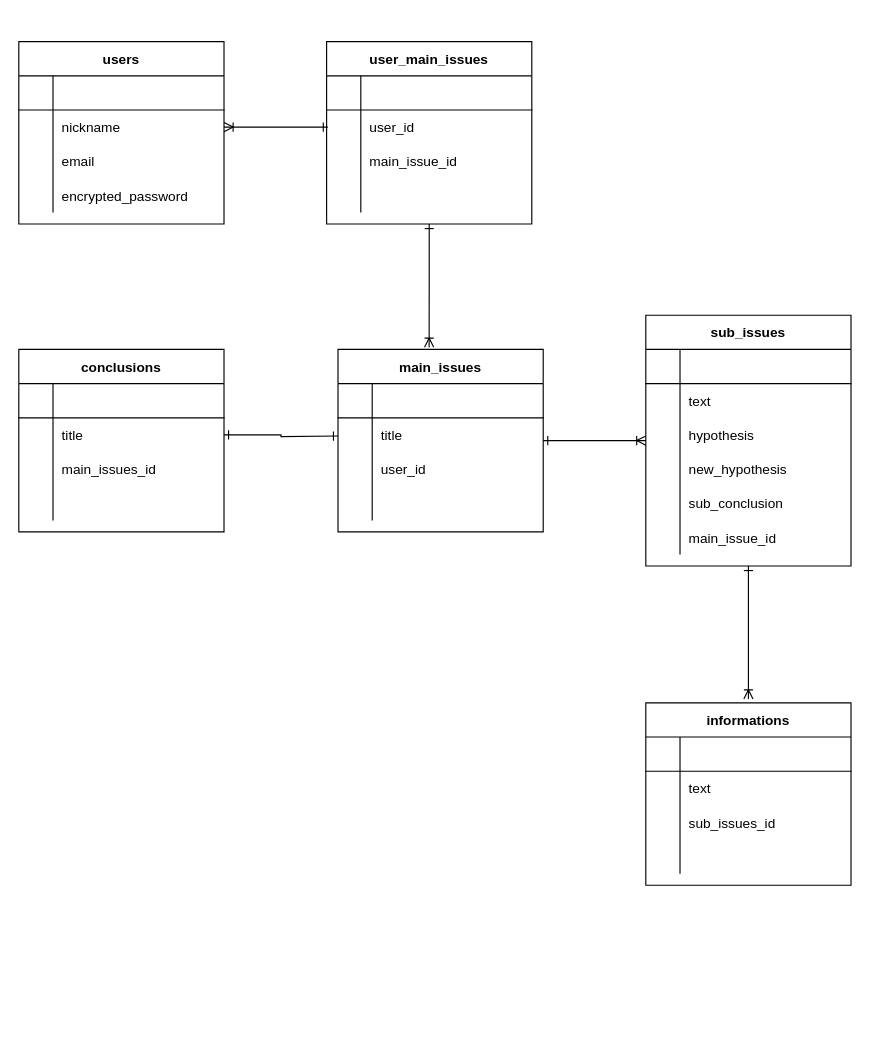
This is ER.dio from omokun/problem_solving_app, a draw.io file, before an edit. Source tidied: cells renumbered, new cells numbered last; positions are measured from the earlier drawing's top-left corner, leaving out a move shared by most shapes. Both pictures are drawn from the tidied source at 114%, with x=0, y=0 at pixel (18, 41).
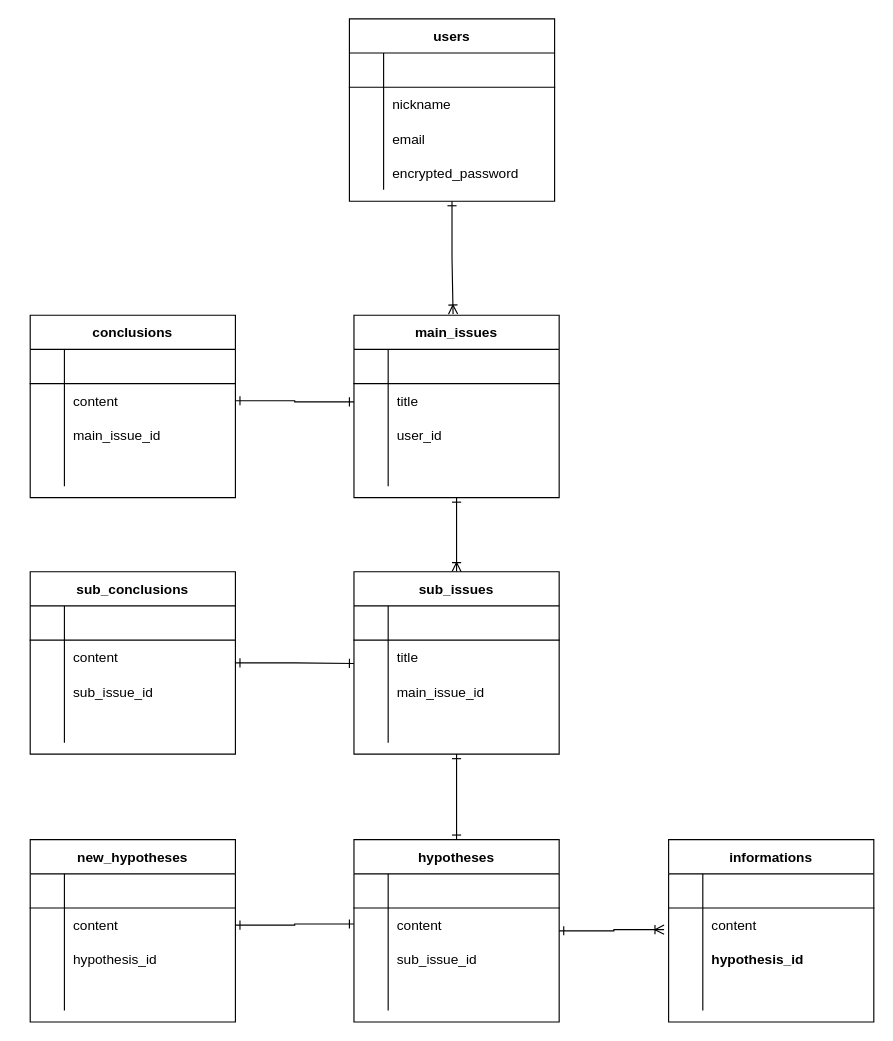
Above is the later version.

The change refers to these unchanged cells:
```xml
<mxCell id="6" style="shape=partialRectangle;fillColor=none;top=0;left=0;bottom=0;right=0;points=[[0,0.5],[1,0.5]];portConstraint=eastwest;" parent="2" vertex="1">
  <mxGeometry y="60" width="180" height="30" as="geometry" />
</mxCell>
<mxCell id="20" style="shape=partialRectangle;fillColor=none;top=0;left=0;bottom=0;right=0;points=[[0,0.5],[1,0.5]];portConstraint=eastwest;" parent="16" vertex="1">
  <mxGeometry y="60" width="180" height="30" as="geometry" />
</mxCell>
<mxCell id="34" style="shape=partialRectangle;fillColor=none;top=0;left=0;bottom=0;right=0;points=[[0,0.5],[1,0.5]];portConstraint=eastwest;" parent="30" vertex="1">
  <mxGeometry y="60" width="180" height="30" as="geometry" />
</mxCell>
<mxCell id="37" style="shape=partialRectangle;fillColor=none;top=0;left=0;bottom=0;right=0;" parent="30" vertex="1">
  <mxGeometry y="90" width="180" height="30" as="geometry" />
</mxCell>
<mxCell id="40" style="shape=partialRectangle;fillColor=none;top=0;left=0;bottom=0;right=0;" parent="30" vertex="1">
  <mxGeometry y="120" width="180" height="30" as="geometry" />
</mxCell>
<mxCell id="53" style="shape=partialRectangle;fillColor=none;top=0;left=0;bottom=0;right=0;points=[[0,0.5],[1,0.5]];portConstraint=eastwest;" parent="49" vertex="1">
  <mxGeometry y="60" width="180" height="30" as="geometry" />
</mxCell>
<mxCell id="56" style="shape=partialRectangle;fillColor=none;top=0;left=0;bottom=0;right=0;" parent="49" vertex="1">
  <mxGeometry y="90" width="180" height="30" as="geometry" />
</mxCell>
<mxCell id="66" style="shape=partialRectangle;fillColor=none;top=0;left=0;bottom=0;right=0;points=[[0,0.5],[1,0.5]];portConstraint=eastwest;" parent="62" vertex="1">
  <mxGeometry y="60" width="180" height="30" as="geometry" />
</mxCell>
<mxCell id="69" style="shape=partialRectangle;fillColor=none;top=0;left=0;bottom=0;right=0;" parent="62" vertex="1">
  <mxGeometry y="90" width="180" height="30" as="geometry" />
</mxCell>
```

Diff of the diagram source:
```diff
@@
+    <mxCell id="91" style="edgeStyle=orthogonalEdgeStyle;rounded=0;jettySize=auto;html=1;entryX=0.483;entryY=-0.006;entryDx=0;entryDy=0;entryPerimeter=0;startArrow=ERone;startFill=0;endArrow=ERoneToMany;endFill=0;" parent="1" edge="1" source="2" target="16">
+      <mxGeometry relative="1" as="geometry" />
+    </mxCell>
     <mxCell id="2" value="users" style="shape=table;startSize=30;childLayout=tableLayout;rowLines=0;fontStyle=1;align=center;" parent="1" vertex="1">
-      <mxGeometry width="180" height="160" as="geometry" />
+      <mxGeometry x="290" y="-20" width="180" height="160" as="geometry" />
     </mxCell>
@@
     <mxCell id="16" value="main_issues" style="shape=table;startSize=30;childLayout=tableLayout;rowLines=0;fontStyle=1;align=center;" parent="1" vertex="1">
-      <mxGeometry x="280" y="270" width="180" height="160" as="geometry" />
+      <mxGeometry x="294" y="240" width="180" height="160" as="geometry" />
     </mxCell>
@@
-    <mxCell id="29" style="edgeStyle=orthogonalEdgeStyle;rounded=0;jettySize=auto;html=1;entryX=0.5;entryY=-0.021;entryDx=0;entryDy=0;entryPerimeter=0;startArrow=ERone;startFill=0;endArrow=ERoneToMany;endFill=0;" parent="1" edge="1" source="30" target="49">
-      <mxGeometry relative="1" as="geometry" />
-    </mxCell>
+    <mxCell id="92" style="edgeStyle=orthogonalEdgeStyle;rounded=0;jettySize=auto;html=1;entryX=0.5;entryY=0;entryDx=0;entryDy=0;entryPerimeter=0;endArrow=ERone;endFill=0;startArrow=ERone;startFill=0;" parent="1" edge="1" source="30" target="94">
+      <mxGeometry relative="1" as="geometry" />
+    </mxCell>
     <mxCell id="30" value="sub_issues" style="shape=table;startSize=30;childLayout=tableLayout;rowLines=0;fontStyle=1;align=center;" parent="1" vertex="1">
-      <mxGeometry x="550" y="240" width="180" height="220" as="geometry" />
+      <mxGeometry x="294" y="465" width="180" height="160" as="geometry" />
     </mxCell>
@@
-    <mxCell id="36" value="text" style="shape=partialRectangle;fillColor=none;top=0;left=0;bottom=0;right=0;align=left;spacingLeft=6;overflow=hidden;" parent="34" vertex="1">
+    <mxCell id="36" value="title" style="shape=partialRectangle;fillColor=none;top=0;left=0;bottom=0;right=0;align=left;spacingLeft=6;overflow=hidden;" parent="34" vertex="1">
       <mxGeometry x="30" width="150" height="30" as="geometry" />
     </mxCell>
@@
-    <mxCell id="39" value="hypothesis" style="shape=partialRectangle;fillColor=none;top=0;left=0;bottom=0;right=0;align=left;spacingLeft=6;overflow=hidden;" parent="37" vertex="1">
+    <mxCell id="39" value="main_issue_id" style="shape=partialRectangle;fillColor=none;top=0;left=0;bottom=0;right=0;align=left;spacingLeft=6;overflow=hidden;" parent="37" vertex="1">
       <mxGeometry x="30" width="150" height="30" as="geometry" />
     </mxCell>
@@
-    <mxCell id="42" value="new_hypothesis" style="shape=partialRectangle;fillColor=none;top=0;left=0;bottom=0;right=0;align=left;spacingLeft=6;overflow=hidden;" parent="40" vertex="1">
+    <mxCell id="42" style="shape=partialRectangle;fillColor=none;top=0;left=0;bottom=0;right=0;align=left;spacingLeft=6;overflow=hidden;" parent="40" vertex="1">
       <mxGeometry x="30" width="150" height="30" as="geometry" />
     </mxCell>
-    <mxCell id="43" style="shape=partialRectangle;fillColor=none;top=0;left=0;bottom=0;right=0;" parent="30" vertex="1">
-      <mxGeometry y="150" width="180" height="30" as="geometry" />
-    </mxCell>
-    <mxCell id="44" style="shape=partialRectangle;fillColor=none;top=0;left=0;bottom=0;right=0;overflow=hidden;" parent="43" vertex="1">
-      <mxGeometry width="30" height="30" as="geometry" />
-    </mxCell>
-    <mxCell id="45" value="sub_conclusion" style="shape=partialRectangle;fillColor=none;top=0;left=0;bottom=0;right=0;align=left;spacingLeft=6;overflow=hidden;" parent="43" vertex="1">
-      <mxGeometry x="30" width="150" height="30" as="geometry" />
-    </mxCell>
-    <mxCell id="46" style="shape=partialRectangle;fillColor=none;top=0;left=0;bottom=0;right=0;" parent="30" vertex="1">
-      <mxGeometry y="180" width="180" height="30" as="geometry" />
-    </mxCell>
-    <mxCell id="47" style="shape=partialRectangle;fillColor=none;top=0;left=0;bottom=0;right=0;overflow=hidden;" parent="46" vertex="1">
-      <mxGeometry width="30" height="30" as="geometry" />
-    </mxCell>
-    <mxCell id="48" value="main_issue_id" style="shape=partialRectangle;fillColor=none;top=0;left=0;bottom=0;right=0;align=left;spacingLeft=6;overflow=hidden;" parent="46" vertex="1">
-      <mxGeometry x="30" width="150" height="30" as="geometry" />
-    </mxCell>
     <mxCell id="49" value="informations" style="shape=table;startSize=30;childLayout=tableLayout;rowLines=0;fontStyle=1;align=center;" parent="1" vertex="1">
-      <mxGeometry x="550" y="580" width="180" height="160" as="geometry" />
+      <mxGeometry x="570" y="700" width="180" height="160" as="geometry" />
     </mxCell>
@@
-    <mxCell id="55" value="text" style="shape=partialRectangle;fillColor=none;top=0;left=0;bottom=0;right=0;align=left;spacingLeft=6;overflow=hidden;" parent="53" vertex="1">
+    <mxCell id="55" value="content" style="shape=partialRectangle;fillColor=none;top=0;left=0;bottom=0;right=0;align=left;spacingLeft=6;overflow=hidden;" parent="53" vertex="1">
       <mxGeometry x="30" width="150" height="30" as="geometry" />
     </mxCell>
@@
-    <mxCell id="58" value="sub_issues_id" style="shape=partialRectangle;fillColor=none;top=0;left=0;bottom=0;right=0;align=left;spacingLeft=6;overflow=hidden;" parent="56" vertex="1">
+    <mxCell id="58" value="hypothesis_id" style="shape=partialRectangle;fillColor=none;top=0;left=0;bottom=0;right=0;align=left;spacingLeft=6;overflow=hidden;fontStyle=1;" parent="56" vertex="1">
       <mxGeometry x="30" width="150" height="30" as="geometry" />
     </mxCell>
@@
     <mxCell id="62" value="conclusions" style="shape=table;startSize=30;childLayout=tableLayout;rowLines=0;fontStyle=1;align=center;" parent="1" vertex="1">
-      <mxGeometry y="270" width="180" height="160" as="geometry" />
+      <mxGeometry x="10" y="240" width="180" height="160" as="geometry" />
     </mxCell>
@@
-    <mxCell id="68" value="title" style="shape=partialRectangle;fillColor=none;top=0;left=0;bottom=0;right=0;align=left;spacingLeft=6;overflow=hidden;" parent="66" vertex="1">
+    <mxCell id="68" value="content" style="shape=partialRectangle;fillColor=none;top=0;left=0;bottom=0;right=0;align=left;spacingLeft=6;overflow=hidden;" parent="66" vertex="1">
       <mxGeometry x="30" width="150" height="30" as="geometry" />
     </mxCell>
@@
-    <mxCell id="71" value="main_issues_id" style="shape=partialRectangle;fillColor=none;top=0;left=0;bottom=0;right=0;align=left;spacingLeft=6;overflow=hidden;" parent="69" vertex="1">
+    <mxCell id="71" value="main_issue_id" style="shape=partialRectangle;fillColor=none;top=0;left=0;bottom=0;right=0;align=left;spacingLeft=6;overflow=hidden;" parent="69" vertex="1">
       <mxGeometry x="30" width="150" height="30" as="geometry" />
     </mxCell>
@@
-    <mxCell id="75" style="edgeStyle=orthogonalEdgeStyle;rounded=0;jettySize=auto;html=1;entryX=0.444;entryY=-0.012;entryDx=0;entryDy=0;entryPerimeter=0;startArrow=ERone;startFill=0;endArrow=ERoneToMany;endFill=0;" parent="1" edge="1" source="76" target="16">
-      <mxGeometry relative="1" as="geometry" />
-    </mxCell>
-    <mxCell id="76" value="user_main_issues" style="shape=table;startSize=30;childLayout=tableLayout;rowLines=0;fontStyle=1;align=center;" parent="1" vertex="1">
-      <mxGeometry x="270" width="180" height="160" as="geometry" />
-    </mxCell>
-    <mxCell id="77" style="shape=partialRectangle;fillColor=none;top=0;left=0;bottom=1;right=0;" parent="76" vertex="1">
-      <mxGeometry y="30" width="180" height="30" as="geometry" />
-    </mxCell>
-    <mxCell id="78" style="shape=partialRectangle;fillColor=none;top=0;left=0;bottom=0;right=0;fontStyle=1;overflow=hidden;" parent="77" vertex="1">
-      <mxGeometry width="30" height="30" as="geometry" />
-    </mxCell>
-    <mxCell id="79" style="shape=partialRectangle;fillColor=none;top=0;left=0;bottom=0;right=0;align=left;spacingLeft=6;fontStyle=5;overflow=hidden;" parent="77" vertex="1">
-      <mxGeometry x="30" width="150" height="30" as="geometry" />
-    </mxCell>
-    <mxCell id="80" style="shape=partialRectangle;fillColor=none;top=0;left=0;bottom=0;right=0;points=[[0,0.5],[1,0.5]];portConstraint=eastwest;" parent="76" vertex="1">
-      <mxGeometry y="60" width="180" height="30" as="geometry" />
-    </mxCell>
-    <mxCell id="81" style="shape=partialRectangle;fillColor=none;top=0;left=0;bottom=0;right=0;overflow=hidden;" parent="80" vertex="1">
-      <mxGeometry width="30" height="30" as="geometry" />
-    </mxCell>
-    <mxCell id="82" value="user_id" style="shape=partialRectangle;fillColor=none;top=0;left=0;bottom=0;right=0;align=left;spacingLeft=6;overflow=hidden;" parent="80" vertex="1">
-      <mxGeometry x="30" width="150" height="30" as="geometry" />
-    </mxCell>
-    <mxCell id="83" style="shape=partialRectangle;fillColor=none;top=0;left=0;bottom=0;right=0;" parent="76" vertex="1">
-      <mxGeometry y="90" width="180" height="30" as="geometry" />
-    </mxCell>
-    <mxCell id="84" style="shape=partialRectangle;fillColor=none;top=0;left=0;bottom=0;right=0;overflow=hidden;" parent="83" vertex="1">
-      <mxGeometry width="30" height="30" as="geometry" />
-    </mxCell>
-    <mxCell id="85" value="main_issue_id" style="shape=partialRectangle;fillColor=none;top=0;left=0;bottom=0;right=0;align=left;spacingLeft=6;overflow=hidden;" parent="83" vertex="1">
-      <mxGeometry x="30" width="150" height="30" as="geometry" />
-    </mxCell>
-    <mxCell id="86" style="shape=partialRectangle;fillColor=none;top=0;left=0;bottom=0;right=0;" parent="76" vertex="1">
-      <mxGeometry y="120" width="180" height="30" as="geometry" />
-    </mxCell>
-    <mxCell id="87" style="shape=partialRectangle;fillColor=none;top=0;left=0;bottom=0;right=0;overflow=hidden;" parent="86" vertex="1">
-      <mxGeometry width="30" height="30" as="geometry" />
-    </mxCell>
-    <mxCell id="88" style="shape=partialRectangle;fillColor=none;top=0;left=0;bottom=0;right=0;align=left;spacingLeft=6;overflow=hidden;" parent="86" vertex="1">
-      <mxGeometry x="30" width="150" height="30" as="geometry" />
-    </mxCell>
-    <mxCell id="89" style="edgeStyle=orthogonalEdgeStyle;rounded=0;jettySize=auto;html=1;entryX=0.006;entryY=0.5;entryDx=0;entryDy=0;entryPerimeter=0;startArrow=ERoneToMany;startFill=0;endArrow=ERone;endFill=0;" parent="1" edge="1" source="6" target="80">
-      <mxGeometry relative="1" as="geometry" />
-    </mxCell>
-    <mxCell id="90" style="edgeStyle=orthogonalEdgeStyle;rounded=0;jettySize=auto;html=1;startArrow=ERone;startFill=0;endArrow=ERone;endFill=0;" parent="1" edge="1" source="66">
-      <mxGeometry relative="1" as="geometry">
-        <mxPoint x="280" y="346" as="targetPoint" />
-      </mxGeometry>
+    <mxCell id="90" style="edgeStyle=orthogonalEdgeStyle;rounded=0;jettySize=auto;html=1;startArrow=ERone;startFill=0;endArrow=ERone;endFill=0;entryX=0;entryY=0.533;entryDx=0;entryDy=0;entryPerimeter=0;" parent="1" edge="1" source="66" target="20">
+      <mxGeometry relative="1" as="geometry" />
     </mxCell>
+    <mxCell id="93" style="edgeStyle=orthogonalEdgeStyle;rounded=0;jettySize=auto;html=1;entryX=-0.022;entryY=0.633;entryDx=0;entryDy=0;entryPerimeter=0;startArrow=ERone;startFill=0;endArrow=ERoneToMany;endFill=0;" parent="1" edge="1" source="94" target="53">
+      <mxGeometry relative="1" as="geometry" />
+    </mxCell>
+    <mxCell id="94" value="hypotheses" style="shape=table;startSize=30;childLayout=tableLayout;rowLines=0;fontStyle=1;align=center;" parent="1" vertex="1">
+      <mxGeometry x="294" y="700" width="180" height="160" as="geometry" />
+    </mxCell>
+    <mxCell id="95" style="shape=partialRectangle;fillColor=none;top=0;left=0;bottom=1;right=0;" parent="94" vertex="1">
+      <mxGeometry y="30" width="180" height="30" as="geometry" />
+    </mxCell>
+    <mxCell id="96" style="shape=partialRectangle;fillColor=none;top=0;left=0;bottom=0;right=0;fontStyle=1;overflow=hidden;" parent="95" vertex="1">
+      <mxGeometry width="30" height="30" as="geometry" />
+    </mxCell>
+    <mxCell id="97" style="shape=partialRectangle;fillColor=none;top=0;left=0;bottom=0;right=0;align=left;spacingLeft=6;fontStyle=5;overflow=hidden;" parent="95" vertex="1">
+      <mxGeometry x="30" width="150" height="30" as="geometry" />
+    </mxCell>
+    <mxCell id="98" style="shape=partialRectangle;fillColor=none;top=0;left=0;bottom=0;right=0;points=[[0,0.5],[1,0.5]];portConstraint=eastwest;" parent="94" vertex="1">
+      <mxGeometry y="60" width="180" height="30" as="geometry" />
+    </mxCell>
+    <mxCell id="99" style="shape=partialRectangle;fillColor=none;top=0;left=0;bottom=0;right=0;overflow=hidden;" parent="98" vertex="1">
+      <mxGeometry width="30" height="30" as="geometry" />
+    </mxCell>
+    <mxCell id="100" value="content" style="shape=partialRectangle;fillColor=none;top=0;left=0;bottom=0;right=0;align=left;spacingLeft=6;overflow=hidden;" parent="98" vertex="1">
+      <mxGeometry x="30" width="150" height="30" as="geometry" />
+    </mxCell>
+    <mxCell id="101" style="shape=partialRectangle;fillColor=none;top=0;left=0;bottom=0;right=0;" parent="94" vertex="1">
+      <mxGeometry y="90" width="180" height="30" as="geometry" />
+    </mxCell>
+    <mxCell id="102" style="shape=partialRectangle;fillColor=none;top=0;left=0;bottom=0;right=0;overflow=hidden;" parent="101" vertex="1">
+      <mxGeometry width="30" height="30" as="geometry" />
+    </mxCell>
+    <mxCell id="103" value="sub_issue_id" style="shape=partialRectangle;fillColor=none;top=0;left=0;bottom=0;right=0;align=left;spacingLeft=6;overflow=hidden;" parent="101" vertex="1">
+      <mxGeometry x="30" width="150" height="30" as="geometry" />
+    </mxCell>
+    <mxCell id="104" style="shape=partialRectangle;fillColor=none;top=0;left=0;bottom=0;right=0;" parent="94" vertex="1">
+      <mxGeometry y="120" width="180" height="30" as="geometry" />
+    </mxCell>
+    <mxCell id="105" style="shape=partialRectangle;fillColor=none;top=0;left=0;bottom=0;right=0;overflow=hidden;" parent="104" vertex="1">
+      <mxGeometry width="30" height="30" as="geometry" />
+    </mxCell>
+    <mxCell id="106" style="shape=partialRectangle;fillColor=none;top=0;left=0;bottom=0;right=0;align=left;spacingLeft=6;overflow=hidden;" parent="104" vertex="1">
+      <mxGeometry x="30" width="150" height="30" as="geometry" />
+    </mxCell>
+    <mxCell id="107" value="new_hypotheses" style="shape=table;startSize=30;childLayout=tableLayout;rowLines=0;fontStyle=1;align=center;" parent="1" vertex="1">
+      <mxGeometry x="10" y="700" width="180" height="160" as="geometry" />
+    </mxCell>
+    <mxCell id="108" style="shape=partialRectangle;fillColor=none;top=0;left=0;bottom=1;right=0;" parent="107" vertex="1">
+      <mxGeometry y="30" width="180" height="30" as="geometry" />
+    </mxCell>
+    <mxCell id="109" style="shape=partialRectangle;fillColor=none;top=0;left=0;bottom=0;right=0;fontStyle=1;overflow=hidden;" parent="108" vertex="1">
+      <mxGeometry width="30" height="30" as="geometry" />
+    </mxCell>
+    <mxCell id="110" style="shape=partialRectangle;fillColor=none;top=0;left=0;bottom=0;right=0;align=left;spacingLeft=6;fontStyle=5;overflow=hidden;" parent="108" vertex="1">
+      <mxGeometry x="30" width="150" height="30" as="geometry" />
+    </mxCell>
+    <mxCell id="111" style="shape=partialRectangle;fillColor=none;top=0;left=0;bottom=0;right=0;points=[[0,0.5],[1,0.5]];portConstraint=eastwest;" parent="107" vertex="1">
+      <mxGeometry y="60" width="180" height="30" as="geometry" />
+    </mxCell>
+    <mxCell id="112" style="shape=partialRectangle;fillColor=none;top=0;left=0;bottom=0;right=0;overflow=hidden;" parent="111" vertex="1">
+      <mxGeometry width="30" height="30" as="geometry" />
+    </mxCell>
+    <mxCell id="113" value="content" style="shape=partialRectangle;fillColor=none;top=0;left=0;bottom=0;right=0;align=left;spacingLeft=6;overflow=hidden;" parent="111" vertex="1">
+      <mxGeometry x="30" width="150" height="30" as="geometry" />
+    </mxCell>
+    <mxCell id="114" style="shape=partialRectangle;fillColor=none;top=0;left=0;bottom=0;right=0;" parent="107" vertex="1">
+      <mxGeometry y="90" width="180" height="30" as="geometry" />
+    </mxCell>
+    <mxCell id="115" style="shape=partialRectangle;fillColor=none;top=0;left=0;bottom=0;right=0;overflow=hidden;" parent="114" vertex="1">
+      <mxGeometry width="30" height="30" as="geometry" />
+    </mxCell>
+    <mxCell id="116" value="hypothesis_id" style="shape=partialRectangle;fillColor=none;top=0;left=0;bottom=0;right=0;align=left;spacingLeft=6;overflow=hidden;" parent="114" vertex="1">
+      <mxGeometry x="30" width="150" height="30" as="geometry" />
+    </mxCell>
+    <mxCell id="117" style="shape=partialRectangle;fillColor=none;top=0;left=0;bottom=0;right=0;" parent="107" vertex="1">
+      <mxGeometry y="120" width="180" height="30" as="geometry" />
+    </mxCell>
+    <mxCell id="118" style="shape=partialRectangle;fillColor=none;top=0;left=0;bottom=0;right=0;overflow=hidden;" parent="117" vertex="1">
+      <mxGeometry width="30" height="30" as="geometry" />
+    </mxCell>
+    <mxCell id="119" style="shape=partialRectangle;fillColor=none;top=0;left=0;bottom=0;right=0;align=left;spacingLeft=6;overflow=hidden;" parent="117" vertex="1">
+      <mxGeometry x="30" width="150" height="30" as="geometry" />
+    </mxCell>
+    <mxCell id="120" style="edgeStyle=orthogonalEdgeStyle;rounded=0;jettySize=auto;html=1;entryX=0;entryY=0.683;entryDx=0;entryDy=0;entryPerimeter=0;startArrow=ERone;startFill=0;endArrow=ERone;endFill=0;" parent="1" edge="1" source="121" target="34">
+      <mxGeometry relative="1" as="geometry" />
+    </mxCell>
+    <mxCell id="121" value="sub_conclusions" style="shape=table;startSize=30;childLayout=tableLayout;rowLines=0;fontStyle=1;align=center;" parent="1" vertex="1">
+      <mxGeometry x="10" y="465" width="180" height="160" as="geometry" />
+    </mxCell>
+    <mxCell id="122" style="shape=partialRectangle;fillColor=none;top=0;left=0;bottom=1;right=0;" parent="121" vertex="1">
+      <mxGeometry y="30" width="180" height="30" as="geometry" />
+    </mxCell>
+    <mxCell id="123" style="shape=partialRectangle;fillColor=none;top=0;left=0;bottom=0;right=0;fontStyle=1;overflow=hidden;" parent="122" vertex="1">
+      <mxGeometry width="30" height="30" as="geometry" />
+    </mxCell>
+    <mxCell id="124" style="shape=partialRectangle;fillColor=none;top=0;left=0;bottom=0;right=0;align=left;spacingLeft=6;fontStyle=5;overflow=hidden;" parent="122" vertex="1">
+      <mxGeometry x="30" width="150" height="30" as="geometry" />
+    </mxCell>
+    <mxCell id="125" style="shape=partialRectangle;fillColor=none;top=0;left=0;bottom=0;right=0;" parent="121" vertex="1">
+      <mxGeometry y="60" width="180" height="30" as="geometry" />
+    </mxCell>
+    <mxCell id="126" style="shape=partialRectangle;fillColor=none;top=0;left=0;bottom=0;right=0;overflow=hidden;" parent="125" vertex="1">
+      <mxGeometry width="30" height="30" as="geometry" />
+    </mxCell>
+    <mxCell id="127" value="content" style="shape=partialRectangle;fillColor=none;top=0;left=0;bottom=0;right=0;align=left;spacingLeft=6;overflow=hidden;" parent="125" vertex="1">
+      <mxGeometry x="30" width="150" height="30" as="geometry" />
+    </mxCell>
+    <mxCell id="128" style="shape=partialRectangle;fillColor=none;top=0;left=0;bottom=0;right=0;" parent="121" vertex="1">
+      <mxGeometry y="90" width="180" height="30" as="geometry" />
+    </mxCell>
+    <mxCell id="129" style="shape=partialRectangle;fillColor=none;top=0;left=0;bottom=0;right=0;overflow=hidden;" parent="128" vertex="1">
+      <mxGeometry width="30" height="30" as="geometry" />
+    </mxCell>
+    <mxCell id="130" value="sub_issue_id" style="shape=partialRectangle;fillColor=none;top=0;left=0;bottom=0;right=0;align=left;spacingLeft=6;overflow=hidden;" parent="128" vertex="1">
+      <mxGeometry x="30" width="150" height="30" as="geometry" />
+    </mxCell>
+    <mxCell id="131" style="shape=partialRectangle;fillColor=none;top=0;left=0;bottom=0;right=0;" parent="121" vertex="1">
+      <mxGeometry y="120" width="180" height="30" as="geometry" />
+    </mxCell>
+    <mxCell id="132" style="shape=partialRectangle;fillColor=none;top=0;left=0;bottom=0;right=0;overflow=hidden;" parent="131" vertex="1">
+      <mxGeometry width="30" height="30" as="geometry" />
+    </mxCell>
+    <mxCell id="133" style="shape=partialRectangle;fillColor=none;top=0;left=0;bottom=0;right=0;align=left;spacingLeft=6;overflow=hidden;" parent="131" vertex="1">
+      <mxGeometry x="30" width="150" height="30" as="geometry" />
+    </mxCell>
+    <mxCell id="134" style="edgeStyle=orthogonalEdgeStyle;rounded=0;jettySize=auto;html=1;entryX=0;entryY=0.467;entryDx=0;entryDy=0;entryPerimeter=0;startArrow=ERone;startFill=0;endArrow=ERone;endFill=0;" parent="1" edge="1" source="111" target="98">
+      <mxGeometry relative="1" as="geometry" />
+    </mxCell>
```
